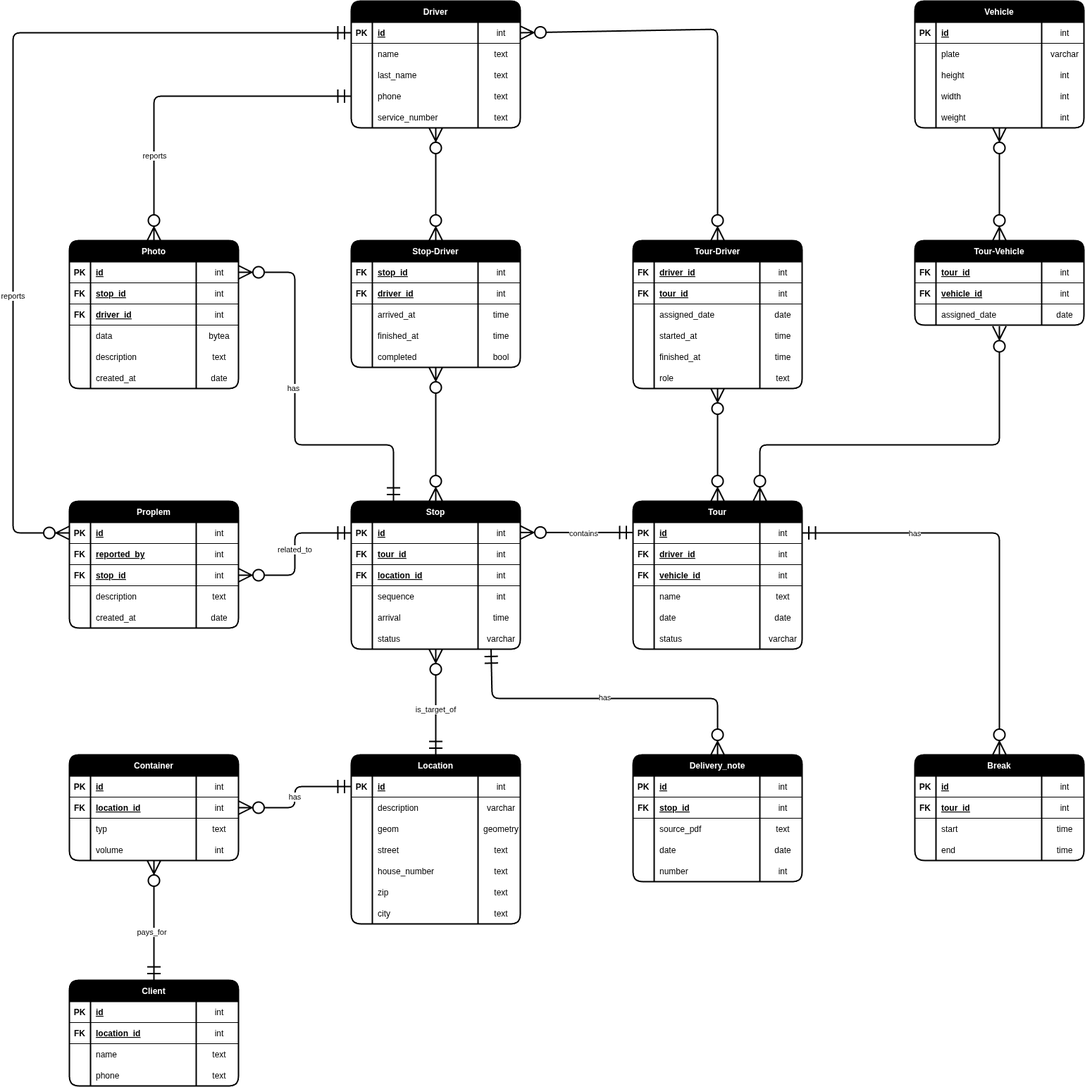
The draw.io diagram docs/database/erd.drawio.png in gabrielbindi/VoBi-Tour, before a commit. Source tidied: cells renumbered, new cells last; positions are measured from the earlier drawing's top-left corner, leaving out a move shared by most shapes.
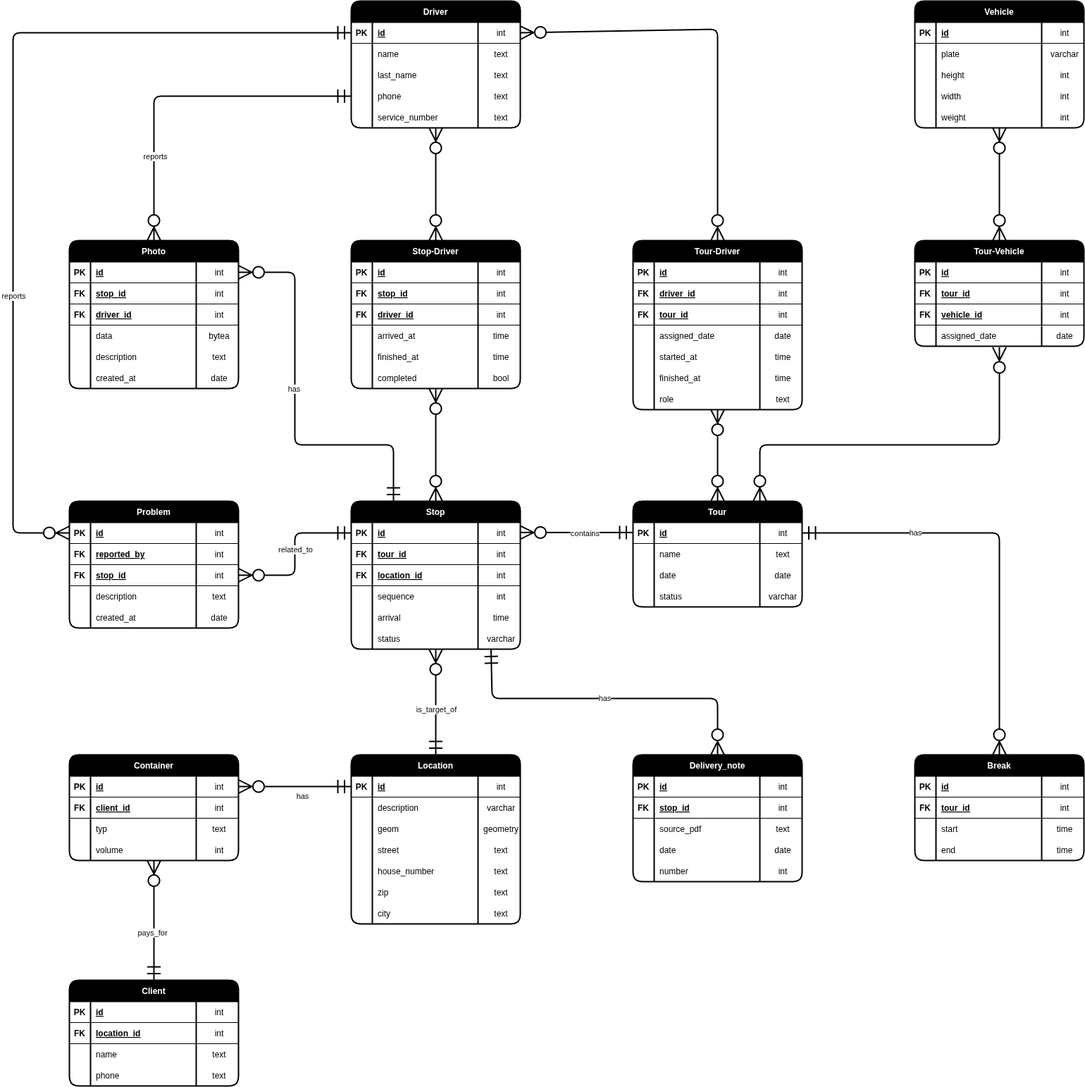
The same diagram one commit later.

Commit message:
#26 Deledet all FK in Tour.  Client deledet location_id. Break only has tour_id. All between tables has an id

What changed in the source:
```diff
@@ -68,3 +68,3 @@
     <mxCell id="23" value="Tour" style="shape=table;startSize=30;rowLines=0;fontStyle=1;align=center;swimlaneFillColor=none;fillColor=#000000;fontColor=#FFFFFF;strokeWidth=2;rounded=1;" parent="1" vertex="1">
-      <mxGeometry x="880" y="710" width="240" height="210" as="geometry" />
+      <mxGeometry x="880" y="710" width="240" height="150" as="geometry" />
     </mxCell>
@@ -82,28 +82,4 @@
     </mxCell>
-    <mxCell id="28" style="shape=tableRow;horizontal=0;startSize=0;swimlaneHead=0;swimlaneBody=0;fillColor=none;top=0;left=0;right=0;bottom=1;" parent="23" vertex="1">
-      <mxGeometry y="60" width="240" height="30" as="geometry" />
-    </mxCell>
-    <mxCell id="29" value="FK" style="shape=partialRectangle;fillColor=none;top=0;left=0;bottom=0;right=0;fontStyle=1;overflow=hidden;" parent="28" vertex="1">
-      <mxGeometry width="30" height="30" as="geometry" />
-    </mxCell>
-    <mxCell id="30" value="driver_id" style="shape=partialRectangle;fillColor=none;top=0;left=0;bottom=0;right=0;align=left;spacingLeft=6;fontStyle=5;overflow=hidden;" parent="28" vertex="1">
-      <mxGeometry x="30" width="150" height="30" as="geometry" />
-    </mxCell>
-    <mxCell id="31" value="int" style="shape=partialRectangle;fillColor=none;top=0;left=0;bottom=0;right=0;align=center;spacingLeft=6;fontStyle=0;overflow=hidden;" parent="28" vertex="1">
-      <mxGeometry x="180" width="60" height="30" as="geometry" />
-    </mxCell>
-    <mxCell id="32" style="shape=tableRow;horizontal=0;startSize=0;swimlaneHead=0;swimlaneBody=0;fillColor=none;top=0;left=0;right=0;bottom=1;" parent="23" vertex="1">
-      <mxGeometry y="90" width="240" height="30" as="geometry" />
-    </mxCell>
-    <mxCell id="33" value="FK" style="shape=partialRectangle;fillColor=none;top=0;left=0;bottom=0;right=0;fontStyle=1;overflow=hidden;" parent="32" vertex="1">
-      <mxGeometry width="30" height="30" as="geometry" />
-    </mxCell>
-    <mxCell id="34" value="vehicle_id" style="shape=partialRectangle;fillColor=none;top=0;left=0;bottom=0;right=0;align=left;spacingLeft=6;fontStyle=5;overflow=hidden;" parent="32" vertex="1">
-      <mxGeometry x="30" width="150" height="30" as="geometry" />
-    </mxCell>
-    <mxCell id="35" value="int" style="shape=partialRectangle;fillColor=none;top=0;left=0;bottom=0;right=0;align=center;spacingLeft=6;fontStyle=0;overflow=hidden;" parent="32" vertex="1">
-      <mxGeometry x="180" width="60" height="30" as="geometry" />
-    </mxCell>
     <mxCell id="36" style="shape=tableRow;horizontal=0;startSize=0;swimlaneHead=0;swimlaneBody=0;fillColor=none;top=0;left=0;right=0;bottom=0;" parent="23" vertex="1">
-      <mxGeometry y="120" width="240" height="30" as="geometry" />
+      <mxGeometry y="60" width="240" height="30" as="geometry" />
     </mxCell>
@@ -119,3 +95,3 @@
     <mxCell id="40" style="shape=tableRow;horizontal=0;startSize=0;swimlaneHead=0;swimlaneBody=0;fillColor=none;top=0;left=0;right=0;bottom=0;" parent="23" vertex="1">
-      <mxGeometry y="150" width="240" height="30" as="geometry" />
+      <mxGeometry y="90" width="240" height="30" as="geometry" />
     </mxCell>
@@ -131,3 +107,3 @@
     <mxCell id="44" style="shape=tableRow;horizontal=0;startSize=0;swimlaneHead=0;swimlaneBody=0;fillColor=none;top=0;left=0;right=0;bottom=0;" parent="23" vertex="1">
-      <mxGeometry y="180" width="240" height="30" as="geometry" />
+      <mxGeometry y="120" width="240" height="30" as="geometry" />
     </mxCell>
@@ -205,3 +181,3 @@
     </mxCell>
-    <mxCell id="67" value="Proplem" style="shape=table;startSize=30;rowLines=0;fontStyle=1;align=center;swimlaneFillColor=none;fillColor=#000000;fontColor=#FFFFFF;strokeWidth=2;rounded=1;" parent="1" vertex="1">
+    <mxCell id="67" value="Problem" style="shape=table;startSize=30;rowLines=0;fontStyle=1;align=center;swimlaneFillColor=none;fillColor=#000000;fontColor=#FFFFFF;strokeWidth=2;rounded=1;" parent="1" vertex="1">
       <mxGeometry x="80" y="710" width="240" height="180" as="geometry" />
@@ -521,14 +497,14 @@
     </mxCell>
-    <mxCell id="170" style="shape=tableRow;horizontal=0;startSize=0;swimlaneHead=0;swimlaneBody=0;fillColor=none;points=[[0,0.5],[1,0.5]];portConstraint=eastwest;top=0;left=0;right=0;bottom=1;" parent="165" vertex="1">
-      <mxGeometry y="60" width="240" height="30" as="geometry" />
-    </mxCell>
-    <mxCell id="171" value="FK" style="shape=partialRectangle;fillColor=none;top=0;left=0;bottom=0;right=0;fontStyle=1;overflow=hidden;" parent="170" vertex="1">
-      <mxGeometry width="30" height="30" as="geometry" />
-    </mxCell>
-    <mxCell id="172" value="location_id" style="shape=partialRectangle;fillColor=none;top=0;left=0;bottom=0;right=0;align=left;spacingLeft=6;fontStyle=5;overflow=hidden;" parent="170" vertex="1">
-      <mxGeometry x="30" width="150" height="30" as="geometry" />
-    </mxCell>
-    <mxCell id="173" value="int" style="shape=partialRectangle;fillColor=none;top=0;left=0;bottom=0;right=0;align=center;spacingLeft=6;fontStyle=0;overflow=hidden;" parent="170" vertex="1">
-      <mxGeometry x="180" width="60" height="30" as="geometry" />
-    </mxCell>
+    <mxCell id="326" style="shape=tableRow;horizontal=0;startSize=0;swimlaneHead=0;swimlaneBody=0;fillColor=none;top=0;left=0;right=0;bottom=1;" parent="165" vertex="1">
+      <mxGeometry y="60" width="240" height="30" as="geometry" />
+    </mxCell>
+    <mxCell id="327" value="FK" style="shape=partialRectangle;fillColor=none;top=0;left=0;bottom=0;right=0;fontStyle=1;overflow=hidden;" parent="326" vertex="1">
+      <mxGeometry width="30" height="30" as="geometry" />
+    </mxCell>
+    <mxCell id="328" value="client_id" style="shape=partialRectangle;fillColor=none;top=0;left=0;bottom=0;right=0;align=left;spacingLeft=6;fontStyle=5;overflow=hidden;" parent="326" vertex="1">
+      <mxGeometry x="30" width="150" height="30" as="geometry" />
+    </mxCell>
+    <mxCell id="329" value="int" style="shape=partialRectangle;fillColor=none;top=0;left=0;bottom=0;right=0;align=center;spacingLeft=6;fontStyle=0;overflow=hidden;" parent="326" vertex="1">
+      <mxGeometry x="180" width="60" height="30" as="geometry" />
+    </mxCell>
     <mxCell id="174" style="shape=tableRow;horizontal=0;startSize=0;swimlaneHead=0;swimlaneBody=0;fillColor=none;top=0;left=0;right=0;bottom=0;" parent="165" vertex="1">
@@ -557,9 +533,4 @@
     </mxCell>
-    <mxCell id="182" style="fontSize=12;html=1;endArrow=ERzeroToMany;startArrow=ERmandOne;entryX=1;entryY=0.5;entryDx=0;entryDy=0;endSize=16;startSize=16;targetPerimeterSpacing=0;strokeWidth=2;exitX=0;exitY=0.5;exitDx=0;exitDy=0;" parent="1" edge="1" source="137" target="170">
-      <mxGeometry relative="1" as="geometry">
-        <Array as="points">
-          <mxPoint x="400" y="1115" />
-          <mxPoint x="400" y="1145" />
-        </Array>
-      </mxGeometry>
+    <mxCell id="182" style="fontSize=12;html=1;endArrow=ERzeroToMany;startArrow=ERmandOne;entryX=1;entryY=0.5;entryDx=0;entryDy=0;endSize=16;startSize=16;targetPerimeterSpacing=0;strokeWidth=2;exitX=0;exitY=0.5;exitDx=0;exitDy=0;" parent="1" edge="1" source="137" target="166">
+      <mxGeometry relative="1" as="geometry" />
     </mxCell>
@@ -811,6 +782,18 @@
     <mxCell id="257" value="Stop-Driver" style="shape=table;startSize=30;rowLines=0;fontStyle=1;align=center;swimlaneFillColor=none;fillColor=#000000;fontColor=#FFFFFF;strokeWidth=2;rounded=1;" parent="1" vertex="1">
-      <mxGeometry x="480" y="340" width="240" height="180" as="geometry" />
+      <mxGeometry x="480" y="340" width="240" height="210" as="geometry" />
     </mxCell>
+    <mxCell id="330" style="shape=tableRow;horizontal=0;startSize=0;swimlaneHead=0;swimlaneBody=0;fillColor=none;top=0;left=0;right=0;bottom=1;" parent="257" vertex="1">
+      <mxGeometry y="30" width="240" height="30" as="geometry" />
+    </mxCell>
+    <mxCell id="331" value="PK" style="shape=partialRectangle;fillColor=none;top=0;left=0;bottom=0;right=0;fontStyle=1;overflow=hidden;" parent="330" vertex="1">
+      <mxGeometry width="30" height="30" as="geometry" />
+    </mxCell>
+    <mxCell id="332" value="id" style="shape=partialRectangle;fillColor=none;top=0;left=0;bottom=0;right=0;align=left;spacingLeft=6;fontStyle=5;overflow=hidden;" parent="330" vertex="1">
+      <mxGeometry x="30" width="150" height="30" as="geometry" />
+    </mxCell>
+    <mxCell id="333" value="int" style="shape=partialRectangle;fillColor=none;top=0;left=0;bottom=0;right=0;align=center;spacingLeft=6;fontStyle=0;overflow=hidden;" parent="330" vertex="1">
+      <mxGeometry x="180" width="60" height="30" as="geometry" />
+    </mxCell>
     <mxCell id="258" style="shape=tableRow;horizontal=0;startSize=0;swimlaneHead=0;swimlaneBody=0;fillColor=none;top=0;left=0;right=0;bottom=1;" parent="257" vertex="1">
-      <mxGeometry y="30" width="240" height="30" as="geometry" />
+      <mxGeometry y="60" width="240" height="30" as="geometry" />
     </mxCell>
@@ -826,3 +809,3 @@
     <mxCell id="262" style="shape=tableRow;horizontal=0;startSize=0;swimlaneHead=0;swimlaneBody=0;fillColor=none;top=0;left=0;right=0;bottom=1;" parent="257" vertex="1">
-      <mxGeometry y="60" width="240" height="30" as="geometry" />
+      <mxGeometry y="90" width="240" height="30" as="geometry" />
     </mxCell>
@@ -838,3 +821,3 @@
     <mxCell id="266" style="shape=tableRow;horizontal=0;startSize=0;swimlaneHead=0;swimlaneBody=0;fillColor=none;top=0;left=0;right=0;bottom=0;" parent="257" vertex="1">
-      <mxGeometry y="90" width="240" height="30" as="geometry" />
+      <mxGeometry y="120" width="240" height="30" as="geometry" />
     </mxCell>
@@ -850,3 +833,3 @@
     <mxCell id="270" style="shape=tableRow;horizontal=0;startSize=0;swimlaneHead=0;swimlaneBody=0;fillColor=none;top=0;left=0;right=0;bottom=0;" parent="257" vertex="1">
-      <mxGeometry y="120" width="240" height="30" as="geometry" />
+      <mxGeometry y="150" width="240" height="30" as="geometry" />
     </mxCell>
@@ -862,3 +845,3 @@
     <mxCell id="274" style="shape=tableRow;horizontal=0;startSize=0;swimlaneHead=0;swimlaneBody=0;fillColor=none;top=0;left=0;right=0;bottom=0;" parent="257" vertex="1">
-      <mxGeometry y="150" width="240" height="30" as="geometry" />
+      <mxGeometry y="180" width="240" height="30" as="geometry" />
     </mxCell>
@@ -880,6 +863,18 @@
     <mxCell id="280" value="Tour-Vehicle" style="shape=table;startSize=30;rowLines=0;fontStyle=1;align=center;swimlaneFillColor=none;fillColor=#000000;fontColor=#FFFFFF;strokeWidth=2;rounded=1;" parent="1" vertex="1">
-      <mxGeometry x="1280" y="340" width="240" height="120" as="geometry" />
+      <mxGeometry x="1280" y="340" width="240" height="150" as="geometry" />
     </mxCell>
+    <mxCell id="334" style="shape=tableRow;horizontal=0;startSize=0;swimlaneHead=0;swimlaneBody=0;fillColor=none;top=0;left=0;right=0;bottom=1;" parent="280" vertex="1">
+      <mxGeometry y="30" width="240" height="30" as="geometry" />
+    </mxCell>
+    <mxCell id="335" value="PK" style="shape=partialRectangle;fillColor=none;top=0;left=0;bottom=0;right=0;fontStyle=1;overflow=hidden;" parent="334" vertex="1">
+      <mxGeometry width="30" height="30" as="geometry" />
+    </mxCell>
+    <mxCell id="336" value="id" style="shape=partialRectangle;fillColor=none;top=0;left=0;bottom=0;right=0;align=left;spacingLeft=6;fontStyle=5;overflow=hidden;" parent="334" vertex="1">
+      <mxGeometry x="30" width="150" height="30" as="geometry" />
+    </mxCell>
+    <mxCell id="337" value="int" style="shape=partialRectangle;fillColor=none;top=0;left=0;bottom=0;right=0;align=center;spacingLeft=6;fontStyle=0;overflow=hidden;" parent="334" vertex="1">
+      <mxGeometry x="180" width="60" height="30" as="geometry" />
+    </mxCell>
     <mxCell id="281" style="shape=tableRow;horizontal=0;startSize=0;swimlaneHead=0;swimlaneBody=0;fillColor=none;top=0;left=0;right=0;bottom=1;" parent="280" vertex="1">
-      <mxGeometry y="30" width="240" height="30" as="geometry" />
+      <mxGeometry y="60" width="240" height="30" as="geometry" />
     </mxCell>
@@ -895,3 +890,3 @@
     <mxCell id="285" style="shape=tableRow;horizontal=0;startSize=0;swimlaneHead=0;swimlaneBody=0;fillColor=none;top=0;left=0;right=0;bottom=1;" parent="280" vertex="1">
-      <mxGeometry y="60" width="240" height="30" as="geometry" />
+      <mxGeometry y="90" width="240" height="30" as="geometry" />
     </mxCell>
@@ -907,3 +902,3 @@
     <mxCell id="289" style="shape=tableRow;horizontal=0;startSize=0;swimlaneHead=0;swimlaneBody=0;fillColor=none;points=[[0,0.5],[1,0.5]];portConstraint=eastwest;top=0;left=0;right=0;bottom=0;" parent="280" vertex="1">
-      <mxGeometry y="90" width="240" height="30" as="geometry" />
+      <mxGeometry y="120" width="240" height="30" as="geometry" />
     </mxCell>
@@ -930,6 +925,18 @@
     <mxCell id="295" value="Tour-Driver" style="shape=table;startSize=30;rowLines=0;fontStyle=1;align=center;swimlaneFillColor=none;fillColor=#000000;fontColor=#FFFFFF;strokeWidth=2;rounded=1;" parent="1" vertex="1">
-      <mxGeometry x="880" y="340" width="240" height="210" as="geometry" />
+      <mxGeometry x="880" y="340" width="240" height="240" as="geometry" />
     </mxCell>
+    <mxCell id="338" style="shape=tableRow;horizontal=0;startSize=0;swimlaneHead=0;swimlaneBody=0;fillColor=none;top=0;left=0;right=0;bottom=1;" parent="295" vertex="1">
+      <mxGeometry y="30" width="240" height="30" as="geometry" />
+    </mxCell>
+    <mxCell id="339" value="PK" style="shape=partialRectangle;fillColor=none;top=0;left=0;bottom=0;right=0;fontStyle=1;overflow=hidden;" parent="338" vertex="1">
+      <mxGeometry width="30" height="30" as="geometry" />
+    </mxCell>
+    <mxCell id="340" value="id" style="shape=partialRectangle;fillColor=none;top=0;left=0;bottom=0;right=0;align=left;spacingLeft=6;fontStyle=5;overflow=hidden;" parent="338" vertex="1">
+      <mxGeometry x="30" width="150" height="30" as="geometry" />
+    </mxCell>
+    <mxCell id="341" value="int" style="shape=partialRectangle;fillColor=none;top=0;left=0;bottom=0;right=0;align=center;spacingLeft=6;fontStyle=0;overflow=hidden;" parent="338" vertex="1">
+      <mxGeometry x="180" width="60" height="30" as="geometry" />
+    </mxCell>
     <mxCell id="296" style="shape=tableRow;horizontal=0;startSize=0;swimlaneHead=0;swimlaneBody=0;fillColor=none;top=0;left=0;right=0;bottom=1;" parent="295" vertex="1">
-      <mxGeometry y="30" width="240" height="30" as="geometry" />
+      <mxGeometry y="60" width="240" height="30" as="geometry" />
     </mxCell>
@@ -945,3 +952,3 @@
     <mxCell id="300" style="shape=tableRow;horizontal=0;startSize=0;swimlaneHead=0;swimlaneBody=0;fillColor=none;top=0;left=0;right=0;bottom=1;" parent="295" vertex="1">
-      <mxGeometry y="60" width="240" height="30" as="geometry" />
+      <mxGeometry y="90" width="240" height="30" as="geometry" />
     </mxCell>
@@ -957,3 +964,3 @@
     <mxCell id="304" style="shape=tableRow;horizontal=0;startSize=0;swimlaneHead=0;swimlaneBody=0;fillColor=none;top=0;left=0;right=0;bottom=0;" parent="295" vertex="1">
-      <mxGeometry y="90" width="240" height="30" as="geometry" />
+      <mxGeometry y="120" width="240" height="30" as="geometry" />
     </mxCell>
@@ -969,3 +976,3 @@
     <mxCell id="308" style="shape=tableRow;horizontal=0;startSize=0;swimlaneHead=0;swimlaneBody=0;fillColor=none;top=0;left=0;right=0;bottom=0;" parent="295" vertex="1">
-      <mxGeometry y="120" width="240" height="30" as="geometry" />
+      <mxGeometry y="150" width="240" height="30" as="geometry" />
     </mxCell>
@@ -981,3 +988,3 @@
     <mxCell id="312" style="shape=tableRow;horizontal=0;startSize=0;swimlaneHead=0;swimlaneBody=0;fillColor=none;top=0;left=0;right=0;bottom=0;" parent="295" vertex="1">
-      <mxGeometry y="150" width="240" height="30" as="geometry" />
+      <mxGeometry y="180" width="240" height="30" as="geometry" />
     </mxCell>
@@ -993,3 +1000,3 @@
     <mxCell id="316" style="shape=tableRow;horizontal=0;startSize=0;swimlaneHead=0;swimlaneBody=0;fillColor=none;top=0;left=0;right=0;bottom=0;" parent="295" vertex="1">
-      <mxGeometry y="180" width="240" height="30" as="geometry" />
+      <mxGeometry y="210" width="240" height="30" as="geometry" />
     </mxCell>
```
